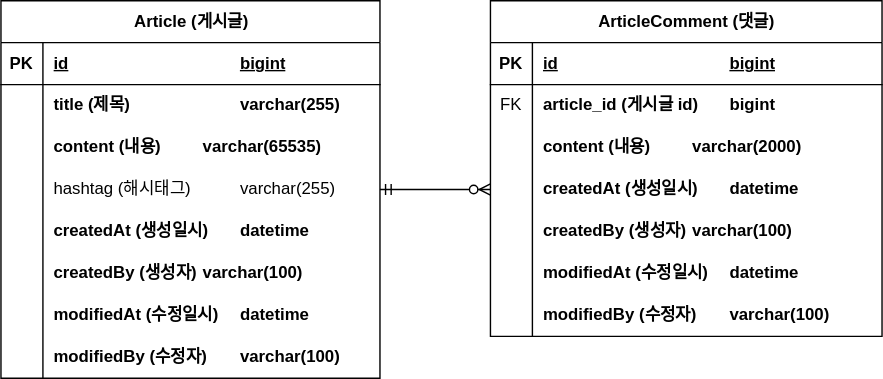
hyojunnii/fastcampus-board-project keeps this draw.io diagram as document/board-project-erd.svg. Above is the earlier version. Source tidied: cells renumbered, new cells last; positions are measured from the earlier drawing's top-left corner, leaving out a move shared by most shapes.
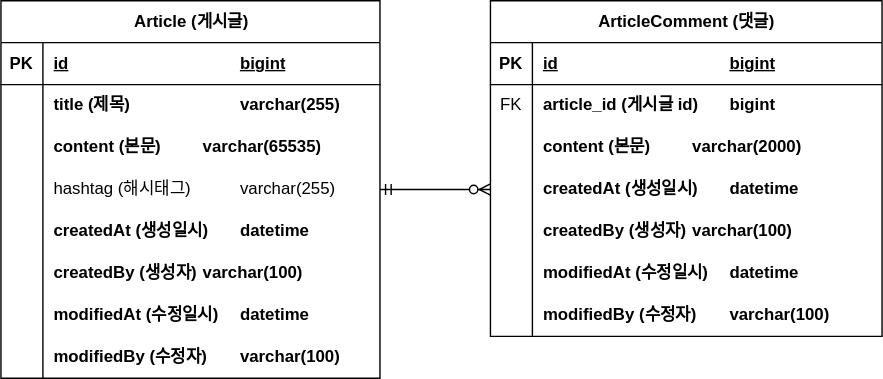
Later version of the same file.

Commit message:
#11 - ERD 설명 업데이트

What changed in the source:
```diff
@@ -29,7 +29,7 @@
     <mxCell id="10" style="shape=partialRectangle;fillColor=none;top=0;left=0;bottom=0;right=0;overflow=hidden;whiteSpace=wrap;html=1;" parent="9" vertex="1">
       <mxGeometry width="30" height="30" as="geometry" />
     </mxCell>
-    <mxCell id="11" value="content (내용)&lt;span style=&quot;white-space: pre;&quot;&gt; &lt;span style=&quot;white-space: pre;&quot;&gt; &lt;/span&gt;&lt;/span&gt;varchar(65535)" style="shape=partialRectangle;fillColor=none;top=0;left=0;bottom=0;right=0;align=left;spacingLeft=6;overflow=hidden;whiteSpace=wrap;html=1;fontStyle=1;" parent="9" vertex="1">
+    <mxCell id="11" value="content (본문)&lt;span style=&quot;white-space: pre;&quot;&gt; &lt;span style=&quot;white-space: pre;&quot;&gt; &lt;/span&gt;&lt;/span&gt;varchar(65535)" style="shape=partialRectangle;fillColor=none;top=0;left=0;bottom=0;right=0;align=left;spacingLeft=6;overflow=hidden;whiteSpace=wrap;html=1;fontStyle=1;" parent="9" vertex="1">
       <mxGeometry x="30" width="241" height="30" as="geometry" />
     </mxCell>
     <mxCell id="12" style="shape=tableRow;horizontal=0;startSize=0;swimlaneHead=0;swimlaneBody=0;fillColor=none;points=[[0,0.5],[1,0.5]];portConstraint=eastwest;top=0;left=0;right=0;bottom=0;" parent="2" vertex="1">
@@ -104,7 +104,7 @@
     <mxCell id="35" style="shape=partialRectangle;fillColor=none;top=0;left=0;bottom=0;right=0;overflow=hidden;whiteSpace=wrap;html=1;" parent="34" vertex="1">
       <mxGeometry width="30" height="30" as="geometry" />
     </mxCell>
-    <mxCell id="36" value="content (내용)&lt;span style=&quot;white-space: pre;&quot;&gt; &lt;/span&gt;&lt;span style=&quot;white-space: pre;&quot;&gt; &lt;/span&gt;varchar(2000)" style="shape=partialRectangle;fillColor=none;top=0;left=0;bottom=0;right=0;align=left;spacingLeft=6;overflow=hidden;whiteSpace=wrap;html=1;fontStyle=1;" parent="34" vertex="1">
+    <mxCell id="36" value="content (본문)&lt;span style=&quot;white-space: pre;&quot;&gt; &lt;/span&gt;&lt;span style=&quot;white-space: pre;&quot;&gt; &lt;/span&gt;varchar(2000)" style="shape=partialRectangle;fillColor=none;top=0;left=0;bottom=0;right=0;align=left;spacingLeft=6;overflow=hidden;whiteSpace=wrap;html=1;fontStyle=1;" parent="34" vertex="1">
       <mxGeometry x="30" width="250" height="30" as="geometry" />
     </mxCell>
     <mxCell id="37" style="shape=tableRow;horizontal=0;startSize=0;swimlaneHead=0;swimlaneBody=0;fillColor=none;points=[[0,0.5],[1,0.5]];portConstraint=eastwest;top=0;left=0;right=0;bottom=0;" parent="27" vertex="1">
```
